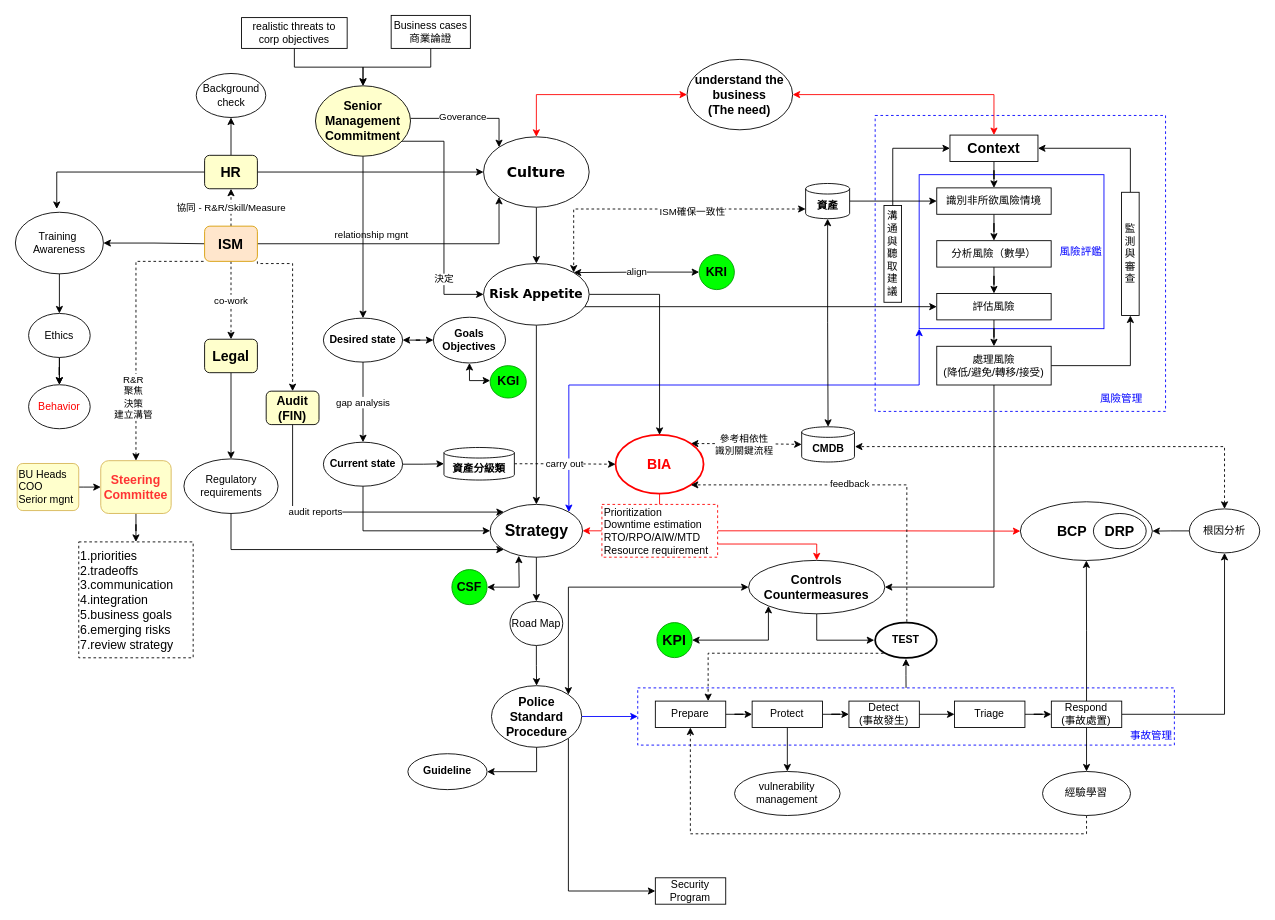
Before: CISM.drawio in digipenguin/machinelearn-ndu, a draw.io diagram. Source tidied: cells renumbered, new cells numbered last; positions are measured from the earlier drawing's top-left corner, leaving out a move shared by most shapes. Both pictures are drawn from the tidied source at 88%, with x=0, y=0 at pixel (15, 15).
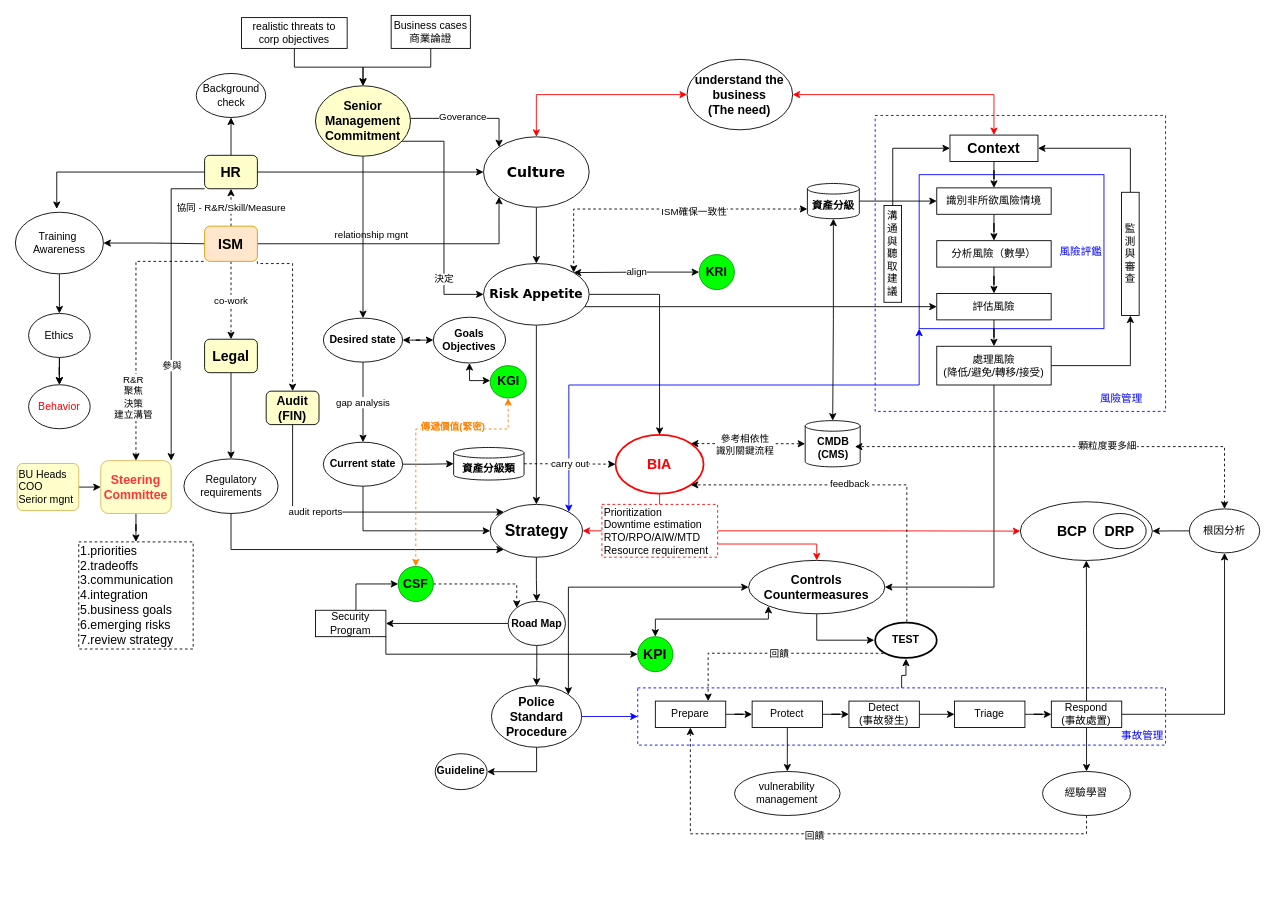
The same page after the edit.

The change refers to these unchanged cells:
```xml
<mxCell id="18" value="&lt;b style=&quot;font-size: 14px&quot;&gt;&lt;span&gt;Police&lt;/span&gt;&lt;br&gt;&lt;span&gt;Standard&lt;/span&gt;&lt;br&gt;&lt;span&gt;Procedure&lt;/span&gt;&lt;/b&gt;" style="ellipse;whiteSpace=wrap;html=1;align=center;" parent="1" vertex="1">
  <mxGeometry x="541" y="761.7" width="102.5" height="70" as="geometry" />
</mxCell>
<mxCell id="33" value="&lt;b&gt;&lt;font style=&quot;font-size: 16px&quot;&gt;HR&lt;/font&gt;&lt;/b&gt;" style="rounded=1;whiteSpace=wrap;html=1;fillColor=#FFFFCC;" parent="1" vertex="1">
  <mxGeometry x="215" y="159" width="60" height="38" as="geometry" />
</mxCell>
<mxCell id="74" style="edgeStyle=orthogonalEdgeStyle;rounded=0;jettySize=auto;html=1;startArrow=none;startFill=0;endArrow=classic;endFill=1;dashed=1;" parent="1" edge="1" source="75" target="50">
  <mxGeometry relative="1" as="geometry">
    <Array as="points">
      <mxPoint x="1217" y="930" />
      <mxPoint x="767" y="930" />
    </Array>
  </mxGeometry>
</mxCell>
<mxCell id="83" style="edgeStyle=orthogonalEdgeStyle;rounded=0;jettySize=auto;html=1;startArrow=classic;startFill=1;endArrow=classic;endFill=1;strokeColor=#000000;dashed=1;exitX=0.5;exitY=0;exitDx=0;exitDy=0;" parent="1" edge="1" source="85">
  <mxGeometry relative="1" as="geometry">
    <mxPoint x="954" y="490" as="targetPoint" />
    <Array as="points">
      <mxPoint x="1374" y="490" />
    </Array>
  </mxGeometry>
</mxCell>
<mxCell id="93" value="&lt;b&gt;&lt;font style=&quot;font-size: 14px&quot;&gt;Controls&lt;br&gt;Countermeasures&lt;br&gt;&lt;/font&gt;&lt;/b&gt;" style="ellipse;whiteSpace=wrap;html=1;strokeColor=#000000;fillColor=none;gradientColor=none;" parent="1" vertex="1">
  <mxGeometry x="833.2" y="619.3" width="154.8" height="60.7" as="geometry" />
</mxCell>
<mxCell id="116" value="&lt;b style=&quot;font-size: 14px&quot;&gt;&lt;font color=&quot;#ff3333&quot;&gt;Steering&lt;br&gt;Committee&lt;/font&gt;&lt;/b&gt;" style="rounded=1;whiteSpace=wrap;html=1;strokeColor=#d6b656;fillColor=#FFFFCC;" parent="1" vertex="1">
  <mxGeometry x="97" y="506" width="80" height="60" as="geometry" />
</mxCell>
<mxCell id="131" value="&lt;b&gt;&lt;font style=&quot;font-size: 14px&quot;&gt;KGI&lt;/font&gt;&lt;/b&gt;" style="ellipse;whiteSpace=wrap;html=1;strokeColor=#009900;fillColor=#00FF00;" parent="1" vertex="1">
  <mxGeometry x="539.5" y="398" width="41" height="36.8" as="geometry" />
</mxCell>
<mxCell id="135" style="edgeStyle=orthogonalEdgeStyle;rounded=0;jettySize=auto;html=1;exitX=0;exitY=1;exitDx=0;exitDy=0;entryX=0.75;entryY=0;entryDx=0;entryDy=0;startArrow=none;startFill=0;dashed=1;" parent="1" edge="1" source="136" target="50">
  <mxGeometry relative="1" as="geometry" />
</mxCell>
```

Change to the diagram source:
```diff
@@
     <mxCell id="3" value="&lt;div&gt;&lt;span&gt;&lt;font color=&quot;#0000ff&quot;&gt;&lt;br&gt;&lt;/font&gt;&lt;/span&gt;&lt;/div&gt;&lt;div&gt;&lt;span&gt;&lt;font color=&quot;#0000ff&quot;&gt;&lt;br&gt;&lt;/font&gt;&lt;/span&gt;&lt;/div&gt;&lt;div&gt;&lt;span&gt;&lt;font color=&quot;#0000ff&quot;&gt;&lt;br&gt;&lt;/font&gt;&lt;/span&gt;&lt;/div&gt;&lt;div&gt;&lt;span&gt;&lt;font color=&quot;#0000ff&quot;&gt;事故管理&lt;/font&gt;&lt;/span&gt;&lt;/div&gt;" style="rounded=0;whiteSpace=wrap;html=1;fillColor=#FFFFFF;strokeColor=#0000FF;align=right;dashed=1;" parent="1" vertex="1">
-      <mxGeometry x="707.2" y="764.2" width="609.8" height="65" as="geometry" />
+      <mxGeometry x="707.2" y="764.2" width="599.8" height="65" as="geometry" />
     </mxCell>
@@
-    <mxCell id="17" style="edgeStyle=orthogonalEdgeStyle;rounded=0;jettySize=auto;html=1;exitX=1;exitY=1;exitDx=0;exitDy=0;entryX=0;entryY=0.5;entryDx=0;entryDy=0;startArrow=none;startFill=0;" parent="1" edge="1" source="18" target="137">
-      <mxGeometry relative="1" as="geometry">
-        <Array as="points">
-          <mxPoint x="628" y="995" />
-        </Array>
-      </mxGeometry>
-    </mxCell>
@@
+    <mxCell id="140" style="edgeStyle=orthogonalEdgeStyle;rounded=0;jettySize=auto;html=1;exitX=0;exitY=1;exitDx=0;exitDy=0;entryX=1;entryY=0;entryDx=0;entryDy=0;startArrow=none;startFill=0;endArrow=classic;endFill=1;strokeColor=#000000;" parent="1" edge="1" source="33" target="116">
+      <mxGeometry relative="1" as="geometry">
+        <Array as="points">
+          <mxPoint x="177" y="197" />
+        </Array>
+      </mxGeometry>
+    </mxCell>
+    <mxCell id="141" value="參與" style="edgeLabel;html=1;align=center;verticalAlign=middle;" parent="140" vertex="1">
+      <mxGeometry x="-0.14" y="1" relative="1" as="geometry">
+        <mxPoint x="-1" y="89" as="offset" />
+      </mxGeometry>
+    </mxCell>
@@
-    <mxCell id="67" value="&lt;b&gt;CMDB&lt;/b&gt;" style="shape=cylinder3;whiteSpace=wrap;html=1;boundedLbl=1;backgroundOutline=1;size=6;fillColor=#FFFFFF;" parent="1" vertex="1">
-      <mxGeometry x="893.5" y="467.5" width="60" height="40" as="geometry" />
+    <mxCell id="67" value="&lt;b&gt;CMDB&lt;br&gt;(CMS)&lt;br&gt;&lt;/b&gt;" style="shape=cylinder3;whiteSpace=wrap;html=1;boundedLbl=1;backgroundOutline=1;size=6;fillColor=#FFFFFF;" parent="1" vertex="1">
+      <mxGeometry x="897.5" y="460.5" width="62.5" height="52.5" as="geometry" />
     </mxCell>
@@
+    <mxCell id="142" value="回饋" style="edgeLabel;html=1;align=center;verticalAlign=middle;" parent="74" vertex="1">
+      <mxGeometry x="0.12" y="1" relative="1" as="geometry" />
+    </mxCell>
@@
+    <mxCell id="143" value="顆粒度要多細" style="edgeLabel;html=1;align=center;verticalAlign=middle;" parent="83" vertex="1">
+      <mxGeometry x="-0.17" y="-2" relative="1" as="geometry" />
+    </mxCell>
@@
     <mxCell id="87" value="&lt;b&gt;Guideline&lt;/b&gt;" style="ellipse;whiteSpace=wrap;html=1;" parent="1" vertex="1">
-      <mxGeometry x="446" y="839" width="90" height="40.8" as="geometry" />
+      <mxGeometry x="477" y="839" width="59" height="40.8" as="geometry" />
     </mxCell>
@@
-    <mxCell id="100" value="&lt;b&gt;資產&lt;/b&gt;" style="shape=cylinder3;whiteSpace=wrap;html=1;boundedLbl=1;backgroundOutline=1;size=6;fillColor=#FFFFFF;" parent="1" vertex="1">
-      <mxGeometry x="898" y="191" width="50" height="40" as="geometry" />
+    <mxCell id="100" value="&lt;b&gt;資產分級&lt;/b&gt;" style="shape=cylinder3;whiteSpace=wrap;html=1;boundedLbl=1;backgroundOutline=1;size=6;fillColor=#FFFFFF;" parent="1" vertex="1">
+      <mxGeometry x="900" y="191" width="59" height="40" as="geometry" />
     </mxCell>
@@
     <mxCell id="117" value="&lt;font style=&quot;font-size: 14px&quot;&gt;1.priorities&lt;br&gt;2.tradeoffs&lt;br&gt;3.communication&amp;nbsp;&lt;br&gt;4.integration&lt;br&gt;5.business goals&lt;br&gt;6.emerging risks&lt;br&gt;7.review strategy&lt;/font&gt;" style="rounded=0;whiteSpace=wrap;html=1;strokeColor=#000000;align=left;dashed=1;" parent="1" vertex="1">
-      <mxGeometry x="72" y="598.3" width="130" height="131.7" as="geometry" />
+      <mxGeometry x="72" y="598.3" width="130" height="121.7" as="geometry" />
     </mxCell>
@@
     <mxCell id="122" value="&lt;b&gt;資產分級類&lt;br&gt;&lt;/b&gt;" style="shape=cylinder3;whiteSpace=wrap;html=1;boundedLbl=1;backgroundOutline=1;size=6;fillColor=#FFFFFF;" parent="1" vertex="1">
-      <mxGeometry x="487" y="491" width="80" height="37" as="geometry" />
+      <mxGeometry x="498" y="491" width="80" height="37" as="geometry" />
     </mxCell>
@@
-    <mxCell id="126" style="edgeStyle=orthogonalEdgeStyle;rounded=0;jettySize=auto;html=1;startArrow=classic;startFill=1;" parent="1" edge="1" source="127">
-      <mxGeometry relative="1" as="geometry">
-        <mxPoint x="572" y="614" as="targetPoint" />
-      </mxGeometry>
-    </mxCell>
+    <mxCell id="144" style="edgeStyle=orthogonalEdgeStyle;rounded=0;jettySize=auto;html=1;entryX=0;entryY=0;entryDx=0;entryDy=0;startArrow=none;startFill=0;endArrow=classic;endFill=1;endSize=6;strokeColor=#000000;dashed=1;" parent="1" edge="1" source="127" target="138">
+      <mxGeometry relative="1" as="geometry">
+        <Array as="points">
+          <mxPoint x="570" y="646" />
+        </Array>
+      </mxGeometry>
+    </mxCell>
     <mxCell id="127" value="&lt;b&gt;&lt;font style=&quot;font-size: 14px&quot;&gt;CSF&lt;/font&gt;&lt;/b&gt;" style="ellipse;whiteSpace=wrap;html=1;strokeColor=#009900;fillColor=#00FF00;" parent="1" vertex="1">
-      <mxGeometry x="496" y="629.8" width="40" height="39.8" as="geometry" />
+      <mxGeometry x="435" y="626.2" width="40" height="39.8" as="geometry" />
     </mxCell>
-    <mxCell id="128" style="edgeStyle=orthogonalEdgeStyle;rounded=0;jettySize=auto;html=1;entryX=0;entryY=1;entryDx=0;entryDy=0;startArrow=classic;startFill=1;" parent="1" edge="1" source="129" target="93">
-      <mxGeometry relative="1" as="geometry" />
+    <mxCell id="128" style="edgeStyle=orthogonalEdgeStyle;rounded=0;jettySize=auto;html=1;entryX=0;entryY=1;entryDx=0;entryDy=0;startArrow=classic;startFill=1;exitX=0.5;exitY=0;exitDx=0;exitDy=0;" parent="1" edge="1" source="129" target="93">
+      <mxGeometry relative="1" as="geometry">
+        <Array as="points">
+          <mxPoint x="727" y="686" />
+          <mxPoint x="856" y="686" />
+        </Array>
+      </mxGeometry>
     </mxCell>
     <mxCell id="129" value="&lt;b&gt;&lt;font style=&quot;font-size: 16px&quot;&gt;KPI&lt;/font&gt;&lt;/b&gt;" style="ellipse;whiteSpace=wrap;html=1;fillColor=#00FF00;strokeColor=#009900;" parent="1" vertex="1">
-      <mxGeometry x="729" y="690" width="40" height="39.8" as="geometry" />
+      <mxGeometry x="707.2" y="706" width="40" height="39.8" as="geometry" />
     </mxCell>
@@
+    <mxCell id="145" style="edgeStyle=orthogonalEdgeStyle;rounded=0;jettySize=auto;html=1;startArrow=classic;startFill=1;endArrow=classic;endFill=1;exitX=0.5;exitY=1;exitDx=0;exitDy=0;dashed=1;strokeColor=#FF8000;" parent="1" edge="1" source="131" target="127">
+      <mxGeometry relative="1" as="geometry">
+        <Array as="points">
+          <mxPoint x="560" y="470" />
+          <mxPoint x="455" y="470" />
+        </Array>
+      </mxGeometry>
+    </mxCell>
+    <mxCell id="146" value="&lt;font color=&quot;#ff8000&quot;&gt;&lt;b&gt;傳遞價值(緊密)&lt;/b&gt;&lt;/font&gt;" style="edgeLabel;html=1;align=center;verticalAlign=middle;" parent="145" vertex="1">
+      <mxGeometry x="-0.18" y="-3" relative="1" as="geometry">
+        <mxPoint x="22.8" y="0.5" as="offset" />
+      </mxGeometry>
+    </mxCell>
@@
+    <mxCell id="147" value="回饋" style="edgeLabel;html=1;align=center;verticalAlign=middle;" parent="135" vertex="1">
+      <mxGeometry x="0.04" y="3" relative="1" as="geometry">
+        <mxPoint x="12.5" y="-1.9" as="offset" />
+      </mxGeometry>
+    </mxCell>
@@
+    <mxCell id="148" style="edgeStyle=orthogonalEdgeStyle;rounded=0;jettySize=auto;html=1;entryX=0;entryY=0.5;entryDx=0;entryDy=0;startArrow=none;startFill=0;endArrow=classic;endFill=1;" parent="1" edge="1" source="137" target="127">
+      <mxGeometry relative="1" as="geometry">
+        <Array as="points">
+          <mxPoint x="387" y="646" />
+        </Array>
+      </mxGeometry>
+    </mxCell>
+    <mxCell id="149" style="edgeStyle=orthogonalEdgeStyle;rounded=0;jettySize=auto;html=1;entryX=0;entryY=0.5;entryDx=0;entryDy=0;startArrow=none;startFill=0;endArrow=classic;endFill=1;endSize=6;strokeColor=#000000;exitX=1;exitY=1;exitDx=0;exitDy=0;" parent="1" edge="1" source="137" target="129">
+      <mxGeometry relative="1" as="geometry">
+        <Array as="points">
+          <mxPoint x="421" y="726" />
+        </Array>
+      </mxGeometry>
+    </mxCell>
     <mxCell id="137" value="Security Program" style="rounded=0;whiteSpace=wrap;html=1;shadow=0;strokeWidth=1;" parent="1" vertex="1">
-      <mxGeometry x="727.2" y="980" width="80" height="30" as="geometry" />
+      <mxGeometry x="341" y="676" width="80" height="30" as="geometry" />
     </mxCell>
+    <mxCell id="150" style="edgeStyle=orthogonalEdgeStyle;rounded=0;jettySize=auto;html=1;startArrow=none;startFill=0;endArrow=classic;endFill=1;strokeColor=#000000;" parent="1" edge="1" source="138" target="137">
+      <mxGeometry relative="1" as="geometry" />
+    </mxCell>
-    <mxCell id="138" value="Road Map" style="ellipse;whiteSpace=wrap;html=1;shadow=0;strokeWidth=1;" parent="1" vertex="1">
-      <mxGeometry x="562" y="666" width="60" height="50" as="geometry" />
+    <mxCell id="138" value="&lt;b&gt;Road Map&lt;/b&gt;" style="ellipse;whiteSpace=wrap;html=1;shadow=0;strokeWidth=1;" parent="1" vertex="1">
+      <mxGeometry x="560" y="666" width="65" height="50" as="geometry" />
     </mxCell>
```
